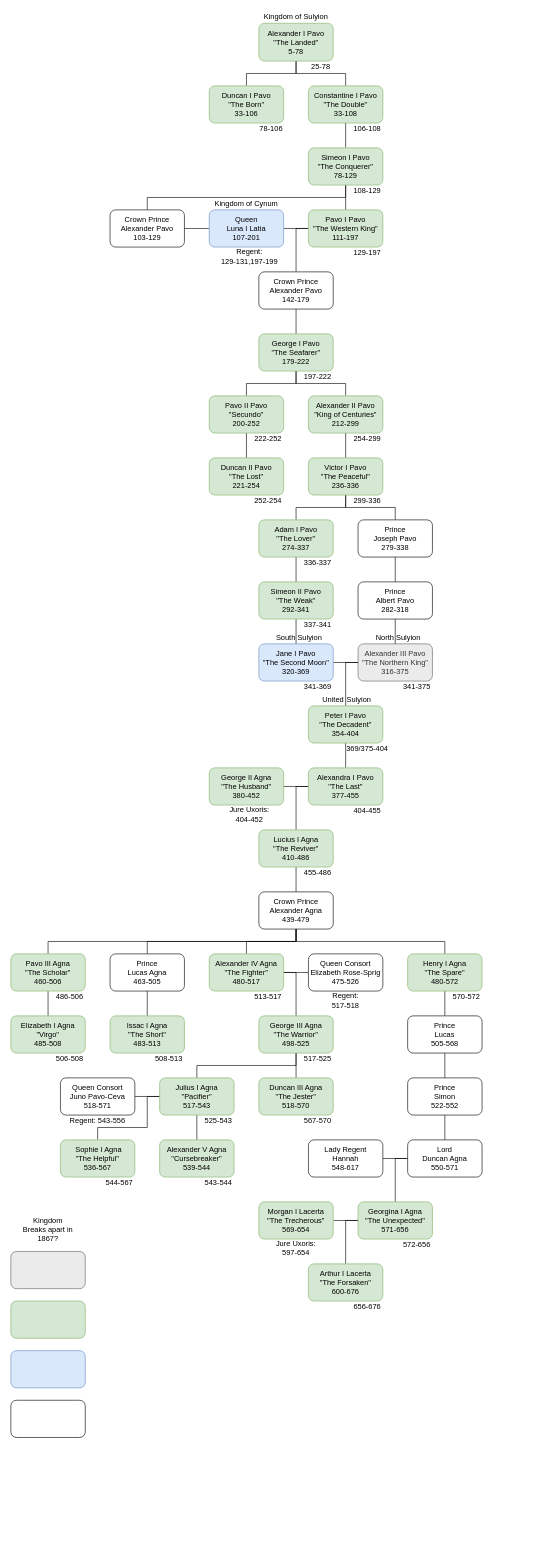
Above: Joint Folder/Royal Family Tree of Jam and Peacock.drawio in jamlamtheblue/DES-Pol (draw.io), before the change. Source tidied: cells renumbered, new cells numbered last; positions are measured from the earlier drawing's top-left corner, leaving out a move shared by most shapes. Both pictures are drawn from the tidied source at 62%, with x=0, y=0 at pixel (11, 11).
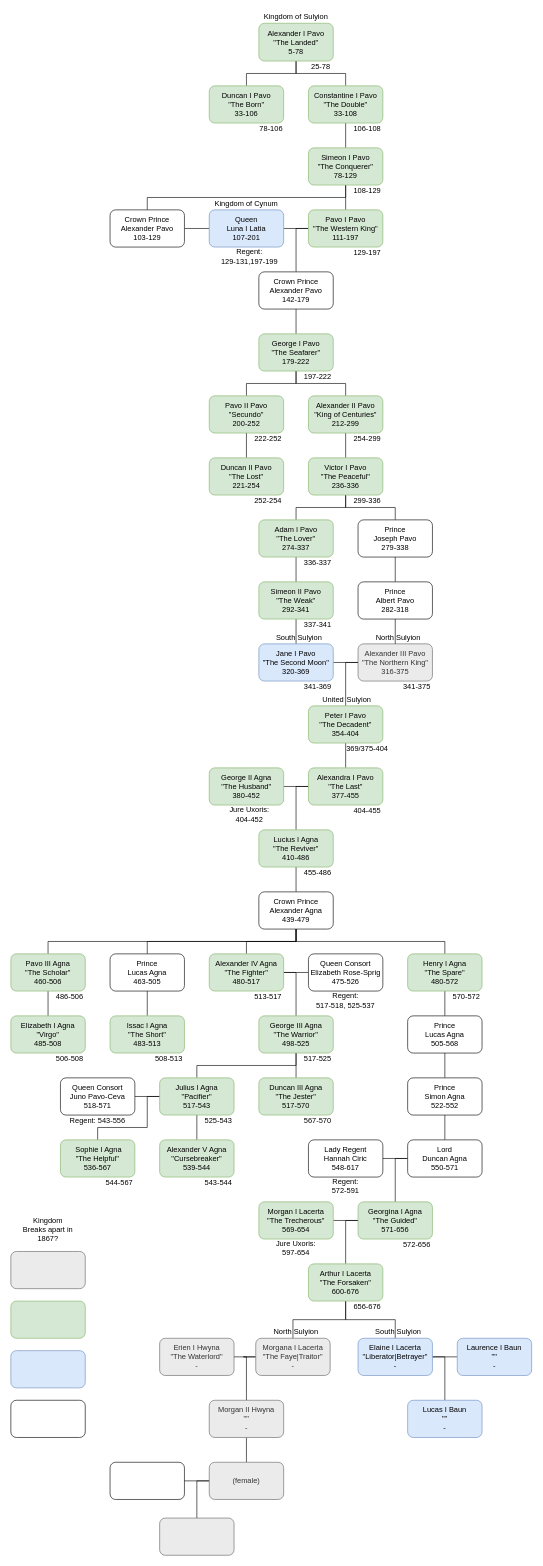
The same page after the edit.

The change refers to these unchanged cells:
```xml
<mxCell id="127" value="Arthur I Lacerta&lt;br&gt;&quot;The Forsaken&quot;&lt;br&gt;600-676" style="rounded=1;whiteSpace=wrap;html=1;fillColor=#d5e8d4;strokeColor=#82b366;" parent="1" vertex="1">
  <mxGeometry x="480" y="2021" width="120" height="60" as="geometry" />
</mxCell>
```

Diff of the diagram source:
```diff
@@
-    <mxCell id="6" value="&lt;br&gt;&lt;br&gt;" style="rounded=1;whiteSpace=wrap;html=1;fillColor=#EBEBEB;strokeColor=#666666;fontColor=#333333;" parent="1" vertex="1">
-      <mxGeometry y="2001" width="120" height="60" as="geometry" />
+    <mxCell id="6" value="Erien I Hwyna&lt;br&gt;&quot;The Waterlord&quot;&lt;br&gt;-" style="rounded=1;whiteSpace=wrap;html=1;fillColor=#EBEBEB;strokeColor=#666666;fontColor=#333333;" parent="1" vertex="1">
+      <mxGeometry x="240" y="2141" width="120" height="60" as="geometry" />
     </mxCell>
@@
-    <mxCell id="46" style="rounded=1;whiteSpace=wrap;html=1;fillColor=#d5e8d4;strokeColor=#82b366;" parent="1" vertex="1">
-      <mxGeometry y="2081" width="120" height="60" as="geometry" />
-    </mxCell>
@@
-    <mxCell id="103" value="Duncan III Agna&lt;br&gt;&quot;The Jester&quot;&lt;br&gt;518-570" style="rounded=1;whiteSpace=wrap;html=1;fillColor=#d5e8d4;strokeColor=#82b366;" parent="1" vertex="1">
+    <mxCell id="103" value="Duncan III Agna&lt;br&gt;&quot;The Jester&quot;&lt;br&gt;517-570" style="rounded=1;whiteSpace=wrap;html=1;fillColor=#d5e8d4;strokeColor=#82b366;" parent="1" vertex="1">
       <mxGeometry x="400" y="1721" width="120" height="60" as="geometry" />
     </mxCell>
@@
-    <mxCell id="107" value="Prince&lt;br&gt;Lucas&lt;br&gt;505-568" style="rounded=1;whiteSpace=wrap;html=1;" parent="1" vertex="1">
+    <mxCell id="107" value="Prince&lt;br&gt;Lucas Agna&lt;br&gt;505-568" style="rounded=1;whiteSpace=wrap;html=1;" parent="1" vertex="1">
       <mxGeometry x="640" y="1621" width="120" height="60" as="geometry" />
     </mxCell>
@@
-    <mxCell id="109" value="Prince&lt;br&gt;Simon&lt;br&gt;522-552" style="rounded=1;whiteSpace=wrap;html=1;" parent="1" vertex="1">
+    <mxCell id="109" value="Prince&lt;br&gt;Simon Agna&lt;br&gt;522-552" style="rounded=1;whiteSpace=wrap;html=1;" parent="1" vertex="1">
       <mxGeometry x="640" y="1721" width="120" height="60" as="geometry" />
     </mxCell>
@@
-    <mxCell id="124" value="Georgina I Agna&lt;br&gt;&quot;The Unexpected&quot;&lt;br&gt;571-656" style="rounded=1;whiteSpace=wrap;html=1;fillColor=#d5e8d4;strokeColor=#82b366;" parent="1" vertex="1">
+    <mxCell id="124" value="Georgina I Agna&lt;br&gt;&quot;The Guided&quot;&lt;br&gt;571-656" style="rounded=1;whiteSpace=wrap;html=1;fillColor=#d5e8d4;strokeColor=#82b366;" parent="1" vertex="1">
       <mxGeometry x="560" y="1921" width="120" height="60" as="geometry" />
     </mxCell>
@@
+    <mxCell id="136" style="edgeStyle=orthogonalEdgeStyle;rounded=0;jettySize=auto;html=1;entryX=0.5;entryY=0;entryDx=0;entryDy=0;endArrow=none;endFill=0;" parent="1" edge="1" source="127" target="141">
+      <mxGeometry relative="1" as="geometry" />
+    </mxCell>
+    <mxCell id="137" style="edgeStyle=orthogonalEdgeStyle;rounded=0;jettySize=auto;html=1;endArrow=none;endFill=0;" parent="1" edge="1" source="127" target="144">
+      <mxGeometry relative="1" as="geometry" />
+    </mxCell>
@@
-    <mxCell id="131" value="Regent:&lt;br&gt;517-518" style="text;html=1;strokeColor=none;fillColor=none;align=center;verticalAlign=middle;whiteSpace=wrap;rounded=0;fontSize=12;" parent="1" vertex="1">
-      <mxGeometry x="510" y="1581" width="60" height="30" as="geometry" />
+    <mxCell id="131" value="Regent:&lt;br&gt;517-518, 525-537" style="text;html=1;strokeColor=none;fillColor=none;align=center;verticalAlign=middle;whiteSpace=wrap;rounded=0;fontSize=12;" parent="1" vertex="1">
+      <mxGeometry x="490" y="1581" width="100" height="30" as="geometry" />
     </mxCell>
@@
-    <mxCell id="133" value="Lady Regent&lt;br&gt;Hannah&lt;br&gt;548-617" style="rounded=1;whiteSpace=wrap;html=1;" parent="1" vertex="1">
+    <mxCell id="133" value="Lady Regent&lt;br&gt;Hannah Ciric&lt;br&gt;548-617" style="rounded=1;whiteSpace=wrap;html=1;" parent="1" vertex="1">
       <mxGeometry x="480" y="1821" width="120" height="60" as="geometry" />
     </mxCell>
@@
+    <mxCell id="138" value="Regent:&lt;br&gt;572-591" style="text;html=1;strokeColor=none;fillColor=none;align=center;verticalAlign=middle;whiteSpace=wrap;rounded=0;fontSize=12;" parent="1" vertex="1">
+      <mxGeometry x="510" y="1881" width="60" height="30" as="geometry" />
+    </mxCell>
+    <mxCell id="46" style="rounded=1;whiteSpace=wrap;html=1;fillColor=#d5e8d4;strokeColor=#82b366;" parent="1" vertex="1">
+      <mxGeometry y="2081" width="120" height="60" as="geometry" />
+    </mxCell>
+    <mxCell id="139" style="edgeStyle=orthogonalEdgeStyle;rounded=0;jettySize=auto;html=1;endArrow=none;endFill=0;entryX=1;entryY=0.5;entryDx=0;entryDy=0;" parent="1" edge="1" source="141" target="6">
+      <mxGeometry relative="1" as="geometry" />
+    </mxCell>
+    <mxCell id="140" style="edgeStyle=orthogonalEdgeStyle;rounded=0;jettySize=auto;html=1;entryX=0.5;entryY=0;entryDx=0;entryDy=0;endArrow=none;endFill=0;" parent="1" edge="1" source="141" target="149">
+      <mxGeometry relative="1" as="geometry">
+        <Array as="points">
+          <mxPoint x="380" y="2171" />
+        </Array>
+      </mxGeometry>
+    </mxCell>
+    <mxCell id="141" value="Morgana I Lacerta&lt;br&gt;&quot;The Faye|Traitor&quot;&lt;br&gt;-" style="rounded=1;whiteSpace=wrap;html=1;fillColor=#EBEBEB;strokeColor=#666666;fontColor=#333333;" parent="1" vertex="1">
+      <mxGeometry x="395" y="2141" width="120" height="60" as="geometry" />
+    </mxCell>
+    <mxCell id="142" style="edgeStyle=orthogonalEdgeStyle;rounded=0;jettySize=auto;html=1;entryX=0;entryY=0.5;entryDx=0;entryDy=0;endArrow=none;endFill=0;" parent="1" edge="1" source="144" target="145">
+      <mxGeometry relative="1" as="geometry" />
+    </mxCell>
+    <mxCell id="143" style="edgeStyle=orthogonalEdgeStyle;rounded=0;jettySize=auto;html=1;entryX=0.5;entryY=0;entryDx=0;entryDy=0;endArrow=none;endFill=0;" parent="1" edge="1" source="144" target="150">
+      <mxGeometry relative="1" as="geometry">
+        <Array as="points">
+          <mxPoint x="700" y="2171" />
+        </Array>
+      </mxGeometry>
+    </mxCell>
+    <mxCell id="144" value="Elaine I Lacerta&lt;br&gt;&quot;Liberator|Betrayer&quot;&lt;br&gt;-" style="rounded=1;whiteSpace=wrap;html=1;fillColor=#dae8fc;strokeColor=#6c8ebf;" parent="1" vertex="1">
+      <mxGeometry x="560" y="2141" width="120" height="60" as="geometry" />
+    </mxCell>
+    <mxCell id="145" value="Laurence I Baun&lt;br&gt;&quot;&quot;&lt;br&gt;-" style="rounded=1;whiteSpace=wrap;html=1;fillColor=#dae8fc;strokeColor=#6c8ebf;" parent="1" vertex="1">
+      <mxGeometry x="720" y="2141" width="120" height="60" as="geometry" />
+    </mxCell>
+    <mxCell id="146" value="North Sulyion" style="text;html=1;strokeColor=none;fillColor=none;align=center;verticalAlign=middle;whiteSpace=wrap;rounded=0;" parent="1" vertex="1">
+      <mxGeometry x="405" y="2121" width="110" height="20" as="geometry" />
+    </mxCell>
+    <mxCell id="147" value="South Sulyion" style="text;html=1;strokeColor=none;fillColor=none;align=center;verticalAlign=middle;whiteSpace=wrap;rounded=0;" parent="1" vertex="1">
+      <mxGeometry x="570" y="2121" width="110" height="20" as="geometry" />
+    </mxCell>
+    <mxCell id="148" style="edgeStyle=orthogonalEdgeStyle;rounded=0;jettySize=auto;html=1;entryX=0.5;entryY=0;entryDx=0;entryDy=0;endArrow=none;endFill=0;" parent="1" edge="1" source="149" target="155">
+      <mxGeometry relative="1" as="geometry" />
+    </mxCell>
+    <mxCell id="149" value="Morgan II Hwyna&lt;br&gt;&quot;&quot;&lt;br&gt;-" style="rounded=1;whiteSpace=wrap;html=1;fillColor=#EBEBEB;strokeColor=#666666;fontColor=#333333;" parent="1" vertex="1">
+      <mxGeometry x="320" y="2241" width="120" height="60" as="geometry" />
+    </mxCell>
+    <mxCell id="150" value="Lucas I Baun&lt;br&gt;&quot;&quot;&lt;br&gt;-" style="rounded=1;whiteSpace=wrap;html=1;fillColor=#dae8fc;strokeColor=#6c8ebf;" parent="1" vertex="1">
+      <mxGeometry x="640" y="2241" width="120" height="60" as="geometry" />
+    </mxCell>
+    <mxCell id="151" value="&lt;br&gt;&lt;br&gt;" style="rounded=1;whiteSpace=wrap;html=1;fillColor=#EBEBEB;strokeColor=#666666;fontColor=#333333;" parent="1" vertex="1">
+      <mxGeometry y="2001" width="120" height="60" as="geometry" />
+    </mxCell>
+    <mxCell id="152" value="&lt;br&gt;&lt;br&gt;" style="rounded=1;whiteSpace=wrap;html=1;" parent="1" vertex="1">
+      <mxGeometry x="160" y="2341" width="120" height="60" as="geometry" />
+    </mxCell>
+    <mxCell id="153" style="endArrow=none;html=1;rounded=0;exitX=1;exitY=0.5;exitDx=0;exitDy=0;entryX=0;entryY=0.5;entryDx=0;entryDy=0;" parent="1" edge="1" source="152" target="155">
+      <mxGeometry relative="1" as="geometry" />
+    </mxCell>
+    <mxCell id="154" style="edgeStyle=orthogonalEdgeStyle;rounded=0;jettySize=auto;html=1;entryX=0.5;entryY=0;entryDx=0;entryDy=0;endArrow=none;endFill=0;" parent="1" edge="1" source="155" target="156">
+      <mxGeometry relative="1" as="geometry">
+        <Array as="points">
+          <mxPoint x="300" y="2371" />
+        </Array>
+      </mxGeometry>
+    </mxCell>
+    <mxCell id="155" value="(female)" style="rounded=1;whiteSpace=wrap;html=1;fillColor=#EBEBEB;strokeColor=#666666;fontColor=#333333;" parent="1" vertex="1">
+      <mxGeometry x="320" y="2341" width="120" height="60" as="geometry" />
+    </mxCell>
+    <mxCell id="156" value="&lt;br&gt;&lt;br&gt;" style="rounded=1;whiteSpace=wrap;html=1;fillColor=#EBEBEB;strokeColor=#666666;fontColor=#333333;" parent="1" vertex="1">
+      <mxGeometry x="240" y="2431" width="120" height="60" as="geometry" />
+    </mxCell>
```
